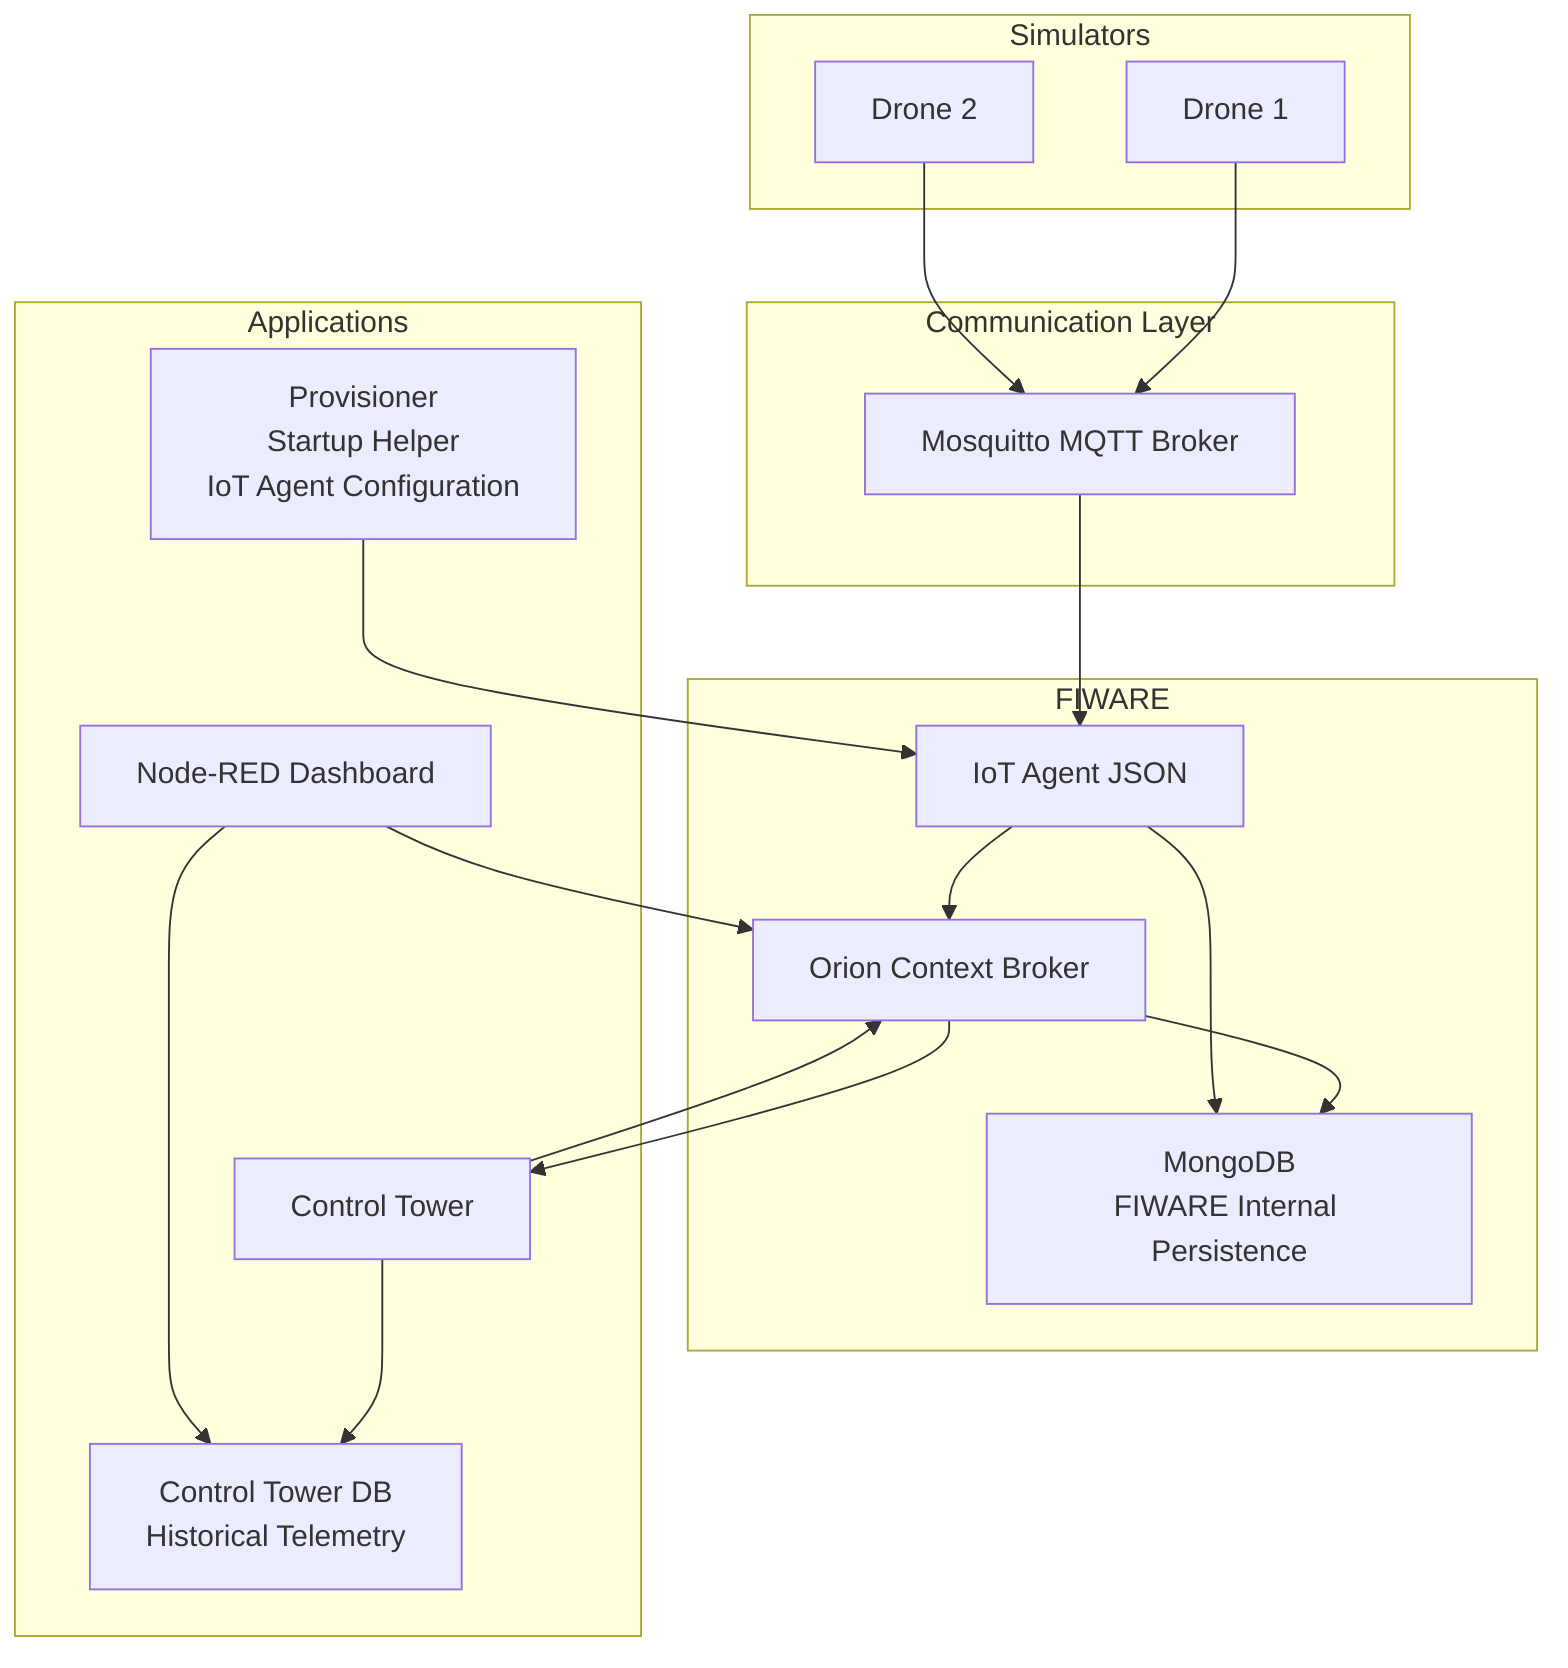
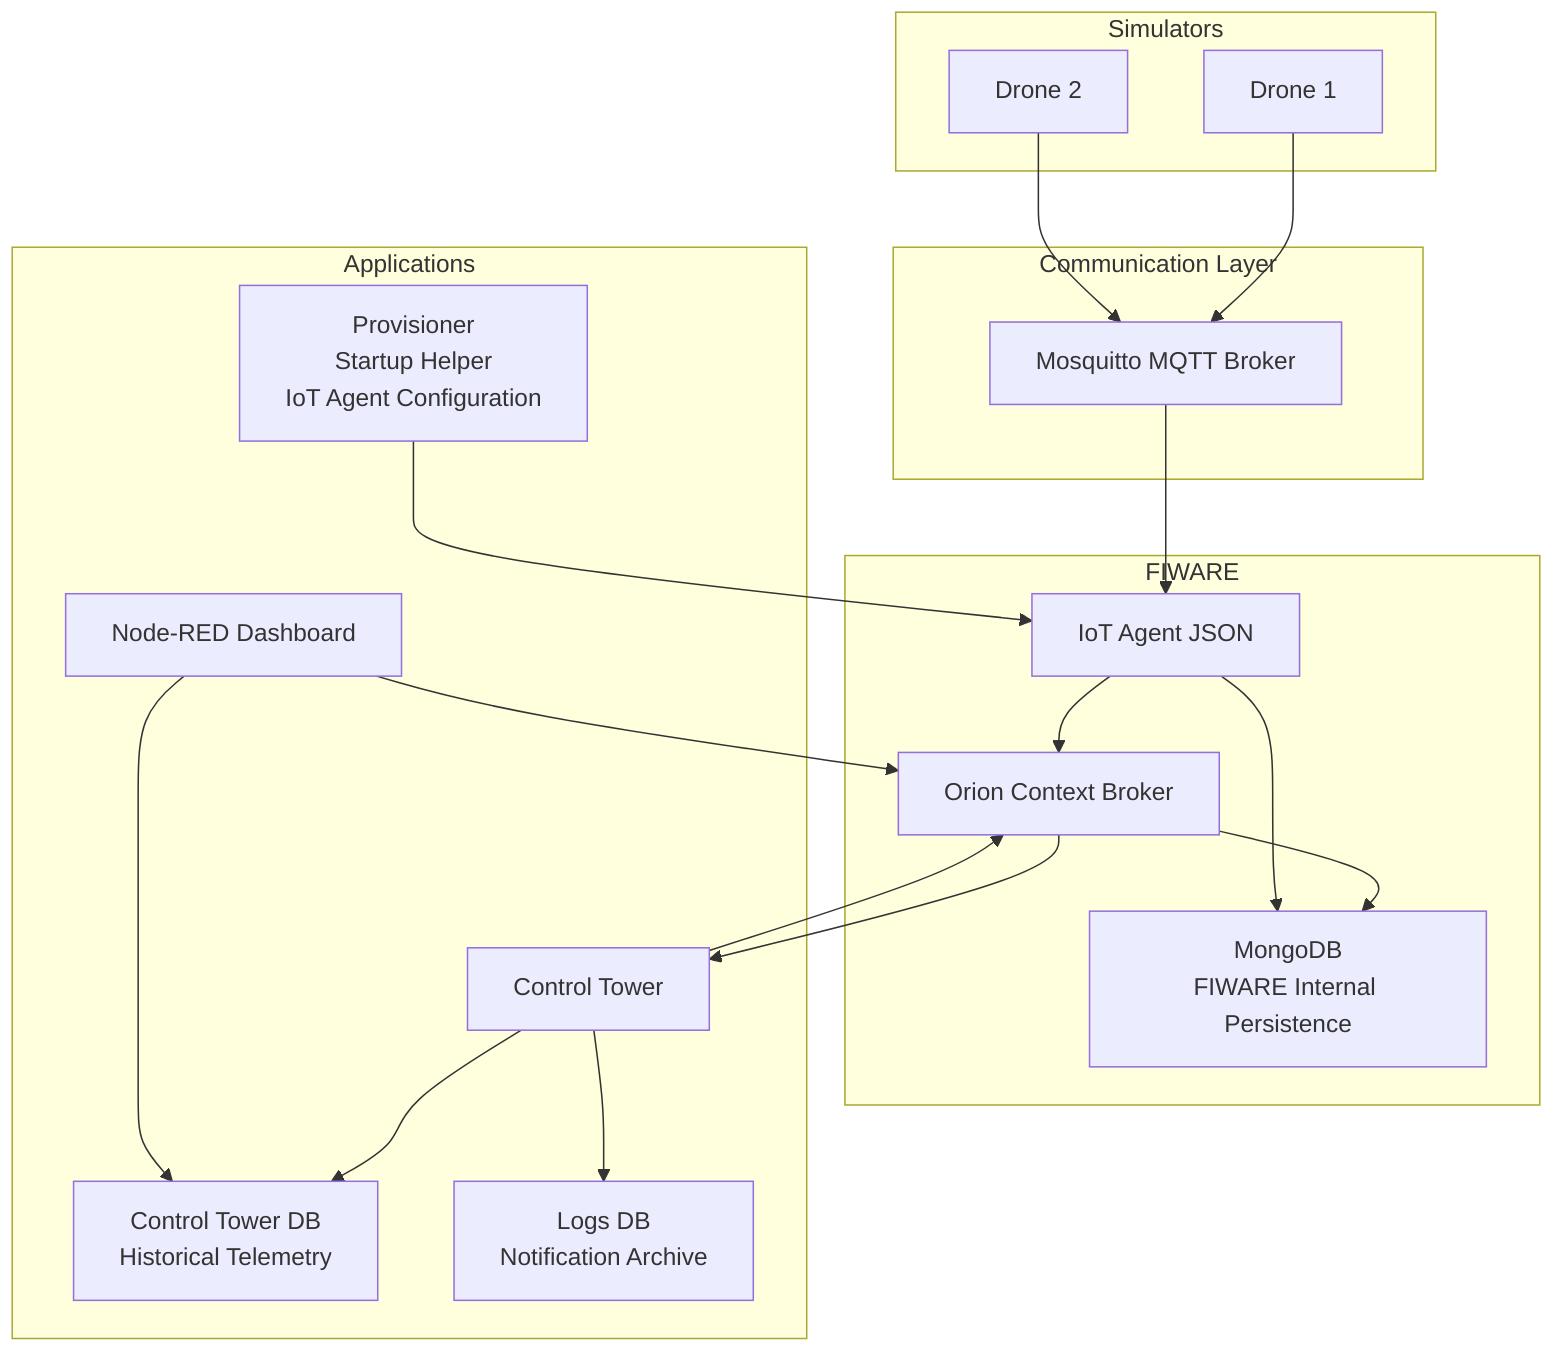
flowchart TD
    subgraph Simulators
        D1["Drone 1"]
        D2["Drone 2"]
    end

    subgraph Communication["Communication Layer"]
        M["Mosquitto MQTT Broker"]
    end

    subgraph FIWARE
        IA["IoT Agent JSON"]
        O["Orion Context Broker"]
        DB["MongoDB<br/>FIWARE Internal Persistence"]
    end

    subgraph Applications["Applications"]
        CT["Control Tower"]
        CTDB["Control Tower DB<br/>Historical Telemetry"]
+         LDB["Logs DB<br/>Notification Archive"]
        NR["Node-RED Dashboard"]
        P["Provisioner<br/>Startup Helper<br/>IoT Agent Configuration"]
    end

    D1 --> M
    D2 --> M

    M --> IA
    IA --> O

    O --> CT
    CT --> O

    CT --> CTDB
+     CT --> LDB
    NR --> O
    NR --> CTDB

    P --> IA

    O --> DB
    IA --> DB